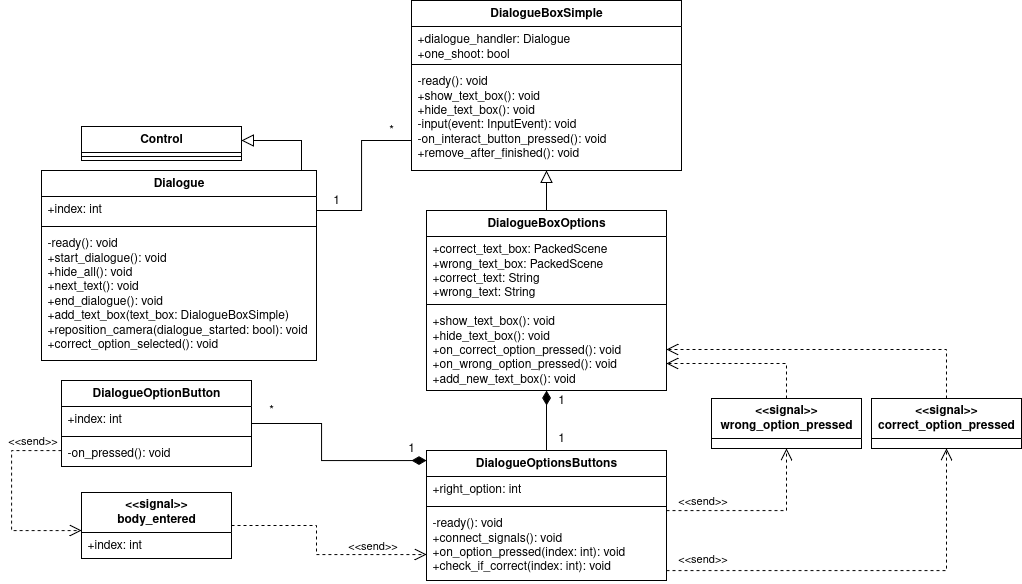
Before: Documentazione/source/imgs/class-dialogue.png, a diagram exported from draw.io (fliposab/ProgettoStage). Source tidied: cells renumbered, new cells last; positions are measured from the earlier drawing's top-left corner, leaving out a move shared by most shapes. The source it was exported from:
```xml
<mxGraphModel>
  <root>
    <mxCell id="0" />
    <mxCell id="1" parent="0" />
    <mxCell id="2" style="edgeStyle=orthogonalEdgeStyle;rounded=0;jettySize=auto;html=1;endArrow=block;endFill=0;endSize=10;" parent="1" edge="1" source="3" target="44">
      <mxGeometry relative="1" as="geometry">
        <Array as="points">
          <mxPoint x="290" y="140" />
        </Array>
      </mxGeometry>
    </mxCell>
    <mxCell id="3" value="Dialogue" style="swimlane;fontStyle=1;align=center;verticalAlign=top;horizontal=1;startSize=26;whiteSpace=wrap;html=1;" parent="1" vertex="1">
      <mxGeometry x="30" y="170" width="275" height="190" as="geometry" />
    </mxCell>
    <mxCell id="4" value="+index: int" style="text;strokeColor=none;fillColor=none;align=left;verticalAlign=top;spacingLeft=4;spacingRight=4;overflow=hidden;whiteSpace=wrap;html=1;" parent="3" vertex="1">
      <mxGeometry y="26" width="275" height="26" as="geometry" />
    </mxCell>
    <mxCell id="5" style="line;strokeWidth=1;fillColor=none;align=left;verticalAlign=middle;spacingTop=-1;spacingLeft=3;spacingRight=3;labelPosition=right;strokeColor=inherit;" parent="3" vertex="1">
      <mxGeometry y="52" width="275" height="8" as="geometry" />
    </mxCell>
    <mxCell id="6" value="&lt;div&gt;-ready(): void&lt;/div&gt;&lt;div&gt;+start_dialogue(): void&lt;/div&gt;&lt;div&gt;+hide_all(): void&lt;/div&gt;&lt;div&gt;+next_text(): void&lt;/div&gt;&lt;div&gt;+end_dialogue(): void&lt;/div&gt;&lt;div&gt;+add_text_box(text_box: DialogueBoxSimple)&lt;/div&gt;&lt;div&gt;+reposition_camera(dialogue_started: bool): void&lt;/div&gt;&lt;div&gt;+correct_option_selected(): void&lt;/div&gt;&lt;div&gt;&lt;br&gt;&lt;/div&gt;" style="text;strokeColor=none;fillColor=none;align=left;verticalAlign=top;spacingLeft=4;spacingRight=4;overflow=hidden;whiteSpace=wrap;html=1;" parent="3" vertex="1">
      <mxGeometry y="60" width="275" height="130" as="geometry" />
    </mxCell>
    <mxCell id="7" style="edgeStyle=orthogonalEdgeStyle;rounded=0;jettySize=auto;html=1;endSize=10;endArrow=none;endFill=0;" parent="1" edge="1" source="8" target="3">
      <mxGeometry relative="1" as="geometry">
        <Array as="points">
          <mxPoint x="350" y="140" />
          <mxPoint x="350" y="210" />
        </Array>
      </mxGeometry>
    </mxCell>
    <mxCell id="8" value="DialogueBoxSimple" style="swimlane;fontStyle=1;align=center;verticalAlign=top;horizontal=1;startSize=26;whiteSpace=wrap;html=1;" parent="1" vertex="1">
      <mxGeometry x="400" width="270" height="170" as="geometry" />
    </mxCell>
    <mxCell id="9" value="&lt;div&gt;+dialogue_handler: Dialogue&lt;/div&gt;&lt;div&gt;+one_shoot: bool&lt;/div&gt;" style="text;strokeColor=none;fillColor=none;align=left;verticalAlign=top;spacingLeft=4;spacingRight=4;overflow=hidden;whiteSpace=wrap;html=1;" parent="8" vertex="1">
      <mxGeometry y="26" width="270" height="34" as="geometry" />
    </mxCell>
    <mxCell id="10" style="line;strokeWidth=1;fillColor=none;align=left;verticalAlign=middle;spacingTop=-1;spacingLeft=3;spacingRight=3;labelPosition=right;strokeColor=inherit;" parent="8" vertex="1">
      <mxGeometry y="60" width="270" height="8" as="geometry" />
    </mxCell>
    <mxCell id="11" value="&lt;div&gt;-ready(): void&lt;/div&gt;&lt;div&gt;+show_text_box(): void&lt;/div&gt;&lt;div&gt;+hide_text_box(): void&lt;/div&gt;&lt;div&gt;-input(event: InputEvent): void&lt;/div&gt;&lt;div&gt;-on_interact_button_pressed(): void&lt;/div&gt;&lt;div&gt;+remove_after_finished(): void&lt;/div&gt;" style="text;strokeColor=none;fillColor=none;align=left;verticalAlign=top;spacingLeft=4;spacingRight=4;overflow=hidden;whiteSpace=wrap;html=1;" parent="8" vertex="1">
      <mxGeometry y="68" width="270" height="102" as="geometry" />
    </mxCell>
    <mxCell id="12" value="*" style="text;html=1;align=center;verticalAlign=middle;whiteSpace=wrap;rounded=0;" parent="1" vertex="1">
      <mxGeometry x="360" y="120" width="40" height="20" as="geometry" />
    </mxCell>
    <mxCell id="13" value="DialogueBoxOptions" style="swimlane;fontStyle=1;align=center;verticalAlign=top;horizontal=1;startSize=26;whiteSpace=wrap;html=1;" parent="1" vertex="1">
      <mxGeometry x="415" y="210" width="240" height="180" as="geometry" />
    </mxCell>
    <mxCell id="14" value="&lt;div&gt;+correct_text_box: PackedScene&lt;/div&gt;&lt;div&gt;+wrong_text_box: PackedScene&lt;/div&gt;&lt;div&gt;+correct_text: String&lt;/div&gt;&lt;div&gt;+wrong_text: String&lt;/div&gt;" style="text;strokeColor=none;fillColor=none;align=left;verticalAlign=top;spacingLeft=4;spacingRight=4;overflow=hidden;whiteSpace=wrap;html=1;" parent="13" vertex="1">
      <mxGeometry y="26" width="240" height="64" as="geometry" />
    </mxCell>
    <mxCell id="15" style="line;strokeWidth=1;fillColor=none;align=left;verticalAlign=middle;spacingTop=-1;spacingLeft=3;spacingRight=3;labelPosition=right;strokeColor=inherit;" parent="13" vertex="1">
      <mxGeometry y="90" width="240" height="8" as="geometry" />
    </mxCell>
    <mxCell id="16" value="&lt;div&gt;+show_text_box(): void&lt;/div&gt;&lt;div&gt;+hide_text_box(): void&lt;/div&gt;&lt;div&gt;+on_correct_option_pressed(): void&lt;/div&gt;&lt;div&gt;+on_wrong_option_pressed(): void&lt;/div&gt;&lt;div&gt;+add_new_text_box(): void&lt;/div&gt;" style="text;strokeColor=none;fillColor=none;align=left;verticalAlign=top;spacingLeft=4;spacingRight=4;overflow=hidden;whiteSpace=wrap;html=1;" parent="13" vertex="1">
      <mxGeometry y="98" width="240" height="82" as="geometry" />
    </mxCell>
    <mxCell id="17" style="edgeStyle=orthogonalEdgeStyle;rounded=0;jettySize=auto;html=1;endArrow=block;endFill=0;endSize=10;exitX=0.5;exitY=0;exitDx=0;exitDy=0;" parent="1" edge="1" source="13" target="8">
      <mxGeometry relative="1" as="geometry" />
    </mxCell>
    <mxCell id="18" style="edgeStyle=orthogonalEdgeStyle;rounded=0;jettySize=auto;html=1;endArrow=none;endFill=0;endSize=12;startArrow=diamondThin;startFill=1;startSize=12;" parent="1" edge="1" source="24" target="30">
      <mxGeometry relative="1" as="geometry">
        <Array as="points">
          <mxPoint x="310" y="460" />
          <mxPoint x="310" y="423" />
        </Array>
      </mxGeometry>
    </mxCell>
    <mxCell id="19" style="edgeStyle=orthogonalEdgeStyle;rounded=0;jettySize=auto;html=1;endArrow=diamondThin;endFill=1;endSize=12;" parent="1" edge="1" source="24" target="13">
      <mxGeometry relative="1" as="geometry" />
    </mxCell>
    <mxCell id="20" style="edgeStyle=orthogonalEdgeStyle;rounded=0;jettySize=auto;html=1;dashed=1;endArrow=open;endFill=0;endSize=10;" parent="1" edge="1" source="24" target="39">
      <mxGeometry relative="1" as="geometry">
        <Array as="points">
          <mxPoint x="775" y="510" />
        </Array>
      </mxGeometry>
    </mxCell>
    <mxCell id="21" value="&amp;lt;&amp;lt;send&amp;gt;&amp;gt;" style="edgeLabel;html=1;align=center;verticalAlign=middle;" parent="20" vertex="1">
      <mxGeometry x="0.64" y="-2" relative="1" as="geometry">
        <mxPoint x="-87" y="77" as="offset" />
      </mxGeometry>
    </mxCell>
    <mxCell id="22" value="&amp;lt;&amp;lt;send&amp;gt;&amp;gt;" style="edgeLabel;html=1;align=center;verticalAlign=middle;" parent="20" vertex="1">
      <mxGeometry x="-0.5" y="3" relative="1" as="geometry">
        <mxPoint x="-10" y="-7" as="offset" />
      </mxGeometry>
    </mxCell>
    <mxCell id="23" style="edgeStyle=orthogonalEdgeStyle;rounded=0;jettySize=auto;html=1;dashed=1;endArrow=open;endFill=0;endSize=10;" parent="1" edge="1" source="24" target="38">
      <mxGeometry relative="1" as="geometry">
        <Array as="points">
          <mxPoint x="935" y="570" />
        </Array>
      </mxGeometry>
    </mxCell>
    <mxCell id="24" value="DialogueOptionsButtons" style="swimlane;fontStyle=1;align=center;verticalAlign=top;horizontal=1;startSize=26;whiteSpace=wrap;html=1;" parent="1" vertex="1">
      <mxGeometry x="415" y="450" width="240" height="130" as="geometry" />
    </mxCell>
    <mxCell id="25" value="+right_option: int" style="text;strokeColor=none;fillColor=none;align=left;verticalAlign=top;spacingLeft=4;spacingRight=4;overflow=hidden;whiteSpace=wrap;html=1;" parent="24" vertex="1">
      <mxGeometry y="26" width="240" height="26" as="geometry" />
    </mxCell>
    <mxCell id="26" style="line;strokeWidth=1;fillColor=none;align=left;verticalAlign=middle;spacingTop=-1;spacingLeft=3;spacingRight=3;labelPosition=right;strokeColor=inherit;" parent="24" vertex="1">
      <mxGeometry y="52" width="240" height="8" as="geometry" />
    </mxCell>
    <mxCell id="27" value="&lt;div&gt;-ready(): void&lt;/div&gt;&lt;div&gt;+connect_signals(): void&lt;/div&gt;&lt;div&gt;+on_option_pressed(index: int): void&lt;/div&gt;&lt;div&gt;+check_if_correct(index: int): void&lt;/div&gt;" style="text;strokeColor=none;fillColor=none;align=left;verticalAlign=top;spacingLeft=4;spacingRight=4;overflow=hidden;whiteSpace=wrap;html=1;" parent="24" vertex="1">
      <mxGeometry y="60" width="240" height="70" as="geometry" />
    </mxCell>
    <mxCell id="28" style="edgeStyle=orthogonalEdgeStyle;rounded=0;jettySize=auto;html=1;dashed=1;endArrow=open;endFill=0;endSize=10;" parent="1" edge="1" source="30" target="40">
      <mxGeometry relative="1" as="geometry">
        <Array as="points">
          <mxPoint y="450" />
          <mxPoint y="530" />
        </Array>
      </mxGeometry>
    </mxCell>
    <mxCell id="29" value="&amp;lt;&amp;lt;send&amp;gt;&amp;gt;" style="edgeLabel;html=1;align=center;verticalAlign=middle;" parent="28" vertex="1">
      <mxGeometry x="-0.38" y="-2" relative="1" as="geometry">
        <mxPoint x="22" y="-22" as="offset" />
      </mxGeometry>
    </mxCell>
    <mxCell id="30" value="DialogueOptionButton" style="swimlane;fontStyle=1;align=center;verticalAlign=top;horizontal=1;startSize=26;whiteSpace=wrap;html=1;" parent="1" vertex="1">
      <mxGeometry x="50" y="380" width="190" height="86" as="geometry" />
    </mxCell>
    <mxCell id="31" value="+index: int" style="text;strokeColor=none;fillColor=none;align=left;verticalAlign=top;spacingLeft=4;spacingRight=4;overflow=hidden;whiteSpace=wrap;html=1;" parent="30" vertex="1">
      <mxGeometry y="26" width="190" height="26" as="geometry" />
    </mxCell>
    <mxCell id="32" style="line;strokeWidth=1;fillColor=none;align=left;verticalAlign=middle;spacingTop=-1;spacingLeft=3;spacingRight=3;labelPosition=right;strokeColor=inherit;" parent="30" vertex="1">
      <mxGeometry y="52" width="190" height="8" as="geometry" />
    </mxCell>
    <mxCell id="33" value="-on_pressed(): void" style="text;strokeColor=none;fillColor=none;align=left;verticalAlign=top;spacingLeft=4;spacingRight=4;overflow=hidden;whiteSpace=wrap;html=1;" parent="30" vertex="1">
      <mxGeometry y="60" width="190" height="26" as="geometry" />
    </mxCell>
    <mxCell id="34" value="1" style="text;html=1;align=center;verticalAlign=middle;whiteSpace=wrap;rounded=0;" parent="1" vertex="1">
      <mxGeometry x="530" y="390" width="40" height="20" as="geometry" />
    </mxCell>
    <mxCell id="35" value="*" style="text;html=1;align=center;verticalAlign=middle;whiteSpace=wrap;rounded=0;" parent="1" vertex="1">
      <mxGeometry x="240" y="400" width="40" height="20" as="geometry" />
    </mxCell>
    <mxCell id="36" style="edgeStyle=orthogonalEdgeStyle;rounded=0;jettySize=auto;html=1;dashed=1;endArrow=open;endFill=0;endSize=10;" parent="1" edge="1" source="40" target="24">
      <mxGeometry relative="1" as="geometry">
        <Array as="points">
          <mxPoint x="305" y="525" />
          <mxPoint x="305" y="554" />
        </Array>
      </mxGeometry>
    </mxCell>
    <mxCell id="37" value="&amp;lt;&amp;lt;send&amp;gt;&amp;gt;" style="edgeLabel;html=1;align=center;verticalAlign=middle;" parent="36" vertex="1">
      <mxGeometry x="0.42" y="5" relative="1" as="geometry">
        <mxPoint x="9" y="-4" as="offset" />
      </mxGeometry>
    </mxCell>
    <mxCell id="38" value="&lt;div&gt;&lt;b&gt;&amp;lt;&amp;lt;signal&amp;gt;&amp;gt;&lt;/b&gt;&lt;/div&gt;&lt;div&gt;&lt;b&gt;correct_option_pressed&lt;/b&gt;&lt;/div&gt;" style="swimlane;fontStyle=0;horizontal=1;startSize=40;fillColor=none;whiteSpace=wrap;html=1;" parent="1" vertex="1">
      <mxGeometry x="860" y="398" width="150" height="50" as="geometry" />
    </mxCell>
    <mxCell id="39" value="&lt;div&gt;&lt;b&gt;&amp;lt;&amp;lt;signal&amp;gt;&amp;gt;&lt;/b&gt;&lt;/div&gt;&lt;div&gt;&lt;b&gt;wrong_option_pressed&lt;/b&gt;&lt;/div&gt;" style="swimlane;fontStyle=0;horizontal=1;startSize=40;fillColor=none;whiteSpace=wrap;html=1;" parent="1" vertex="1">
      <mxGeometry x="700" y="398" width="150" height="50" as="geometry" />
    </mxCell>
    <mxCell id="40" value="&lt;div&gt;&lt;b&gt;&amp;lt;&amp;lt;signal&amp;gt;&amp;gt;&lt;/b&gt;&lt;/div&gt;&lt;div&gt;&lt;b&gt;body_entered&lt;/b&gt;&lt;/div&gt;" style="swimlane;fontStyle=0;horizontal=1;startSize=40;fillColor=none;whiteSpace=wrap;html=1;" parent="1" vertex="1">
      <mxGeometry x="70" y="492" width="150" height="66" as="geometry" />
    </mxCell>
    <mxCell id="41" value="+index: int" style="text;strokeColor=none;fillColor=none;align=left;verticalAlign=top;spacingLeft=4;spacingRight=4;overflow=hidden;whiteSpace=wrap;html=1;" parent="40" vertex="1">
      <mxGeometry y="40" width="150" height="26" as="geometry" />
    </mxCell>
    <mxCell id="42" style="edgeStyle=orthogonalEdgeStyle;rounded=0;jettySize=auto;html=1;dashed=1;endArrow=open;endFill=0;endSize=10;" parent="1" edge="1" source="39" target="13">
      <mxGeometry relative="1" as="geometry">
        <Array as="points">
          <mxPoint x="775" y="363" />
        </Array>
      </mxGeometry>
    </mxCell>
    <mxCell id="43" style="edgeStyle=orthogonalEdgeStyle;rounded=0;jettySize=auto;html=1;dashed=1;endArrow=open;endFill=0;endSize=10;" parent="1" edge="1" source="38" target="13">
      <mxGeometry relative="1" as="geometry">
        <Array as="points">
          <mxPoint x="935" y="349" />
        </Array>
      </mxGeometry>
    </mxCell>
    <mxCell id="44" value="Control" style="swimlane;fontStyle=1;align=center;verticalAlign=top;horizontal=1;startSize=26;whiteSpace=wrap;html=1;" parent="1" vertex="1">
      <mxGeometry x="70" y="126" width="160" height="34" as="geometry" />
    </mxCell>
    <mxCell id="45" style="line;strokeWidth=1;fillColor=none;align=left;verticalAlign=middle;spacingTop=-1;spacingLeft=3;spacingRight=3;labelPosition=right;strokeColor=inherit;" parent="44" vertex="1">
      <mxGeometry y="26" width="160" height="8" as="geometry" />
    </mxCell>
    <mxCell id="46" value="1" style="text;html=1;align=center;verticalAlign=middle;whiteSpace=wrap;rounded=0;" parent="1" vertex="1">
      <mxGeometry x="305" y="190" width="40" height="20" as="geometry" />
    </mxCell>
    <mxCell id="47" value="1" style="text;html=1;align=center;verticalAlign=middle;whiteSpace=wrap;rounded=0;" parent="1" vertex="1">
      <mxGeometry x="530" y="428" width="40" height="20" as="geometry" />
    </mxCell>
    <mxCell id="48" value="1" style="text;html=1;align=center;verticalAlign=middle;whiteSpace=wrap;rounded=0;" parent="1" vertex="1">
      <mxGeometry x="380" y="438" width="40" height="20" as="geometry" />
    </mxCell>
  </root>
</mxGraphModel>
```
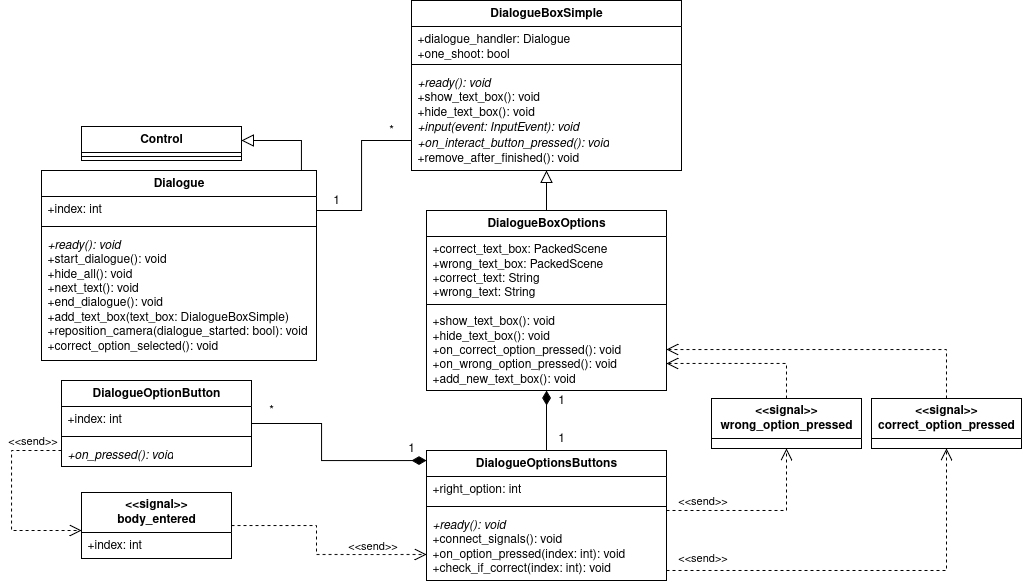
After the change.

Diff of the diagram source:
```diff
@@ -18,7 +18,7 @@
     <mxCell id="5" style="line;strokeWidth=1;fillColor=none;align=left;verticalAlign=middle;spacingTop=-1;spacingLeft=3;spacingRight=3;labelPosition=right;strokeColor=inherit;" parent="3" vertex="1">
       <mxGeometry y="52" width="275" height="8" as="geometry" />
     </mxCell>
-    <mxCell id="6" value="&lt;div&gt;-ready(): void&lt;/div&gt;&lt;div&gt;+start_dialogue(): void&lt;/div&gt;&lt;div&gt;+hide_all(): void&lt;/div&gt;&lt;div&gt;+next_text(): void&lt;/div&gt;&lt;div&gt;+end_dialogue(): void&lt;/div&gt;&lt;div&gt;+add_text_box(text_box: DialogueBoxSimple)&lt;/div&gt;&lt;div&gt;+reposition_camera(dialogue_started: bool): void&lt;/div&gt;&lt;div&gt;+correct_option_selected(): void&lt;/div&gt;&lt;div&gt;&lt;br&gt;&lt;/div&gt;" style="text;strokeColor=none;fillColor=none;align=left;verticalAlign=top;spacingLeft=4;spacingRight=4;overflow=hidden;whiteSpace=wrap;html=1;" parent="3" vertex="1">
+    <mxCell id="6" value="&lt;div&gt;&lt;i&gt;+ready(): void&lt;/i&gt;&lt;/div&gt;&lt;div&gt;+start_dialogue(): void&lt;/div&gt;&lt;div&gt;+hide_all(): void&lt;/div&gt;&lt;div&gt;+next_text(): void&lt;/div&gt;&lt;div&gt;+end_dialogue(): void&lt;/div&gt;&lt;div&gt;+add_text_box(text_box: DialogueBoxSimple)&lt;/div&gt;&lt;div&gt;+reposition_camera(dialogue_started: bool): void&lt;/div&gt;&lt;div&gt;+correct_option_selected(): void&lt;/div&gt;&lt;div&gt;&lt;br&gt;&lt;/div&gt;" style="text;strokeColor=none;fillColor=none;align=left;verticalAlign=top;spacingLeft=4;spacingRight=4;overflow=hidden;whiteSpace=wrap;html=1;" parent="3" vertex="1">
       <mxGeometry y="60" width="275" height="130" as="geometry" />
     </mxCell>
     <mxCell id="7" style="edgeStyle=orthogonalEdgeStyle;rounded=0;jettySize=auto;html=1;endSize=10;endArrow=none;endFill=0;" parent="1" edge="1" source="8" target="3">
@@ -38,7 +38,7 @@
     <mxCell id="10" style="line;strokeWidth=1;fillColor=none;align=left;verticalAlign=middle;spacingTop=-1;spacingLeft=3;spacingRight=3;labelPosition=right;strokeColor=inherit;" parent="8" vertex="1">
       <mxGeometry y="60" width="270" height="8" as="geometry" />
     </mxCell>
-    <mxCell id="11" value="&lt;div&gt;-ready(): void&lt;/div&gt;&lt;div&gt;+show_text_box(): void&lt;/div&gt;&lt;div&gt;+hide_text_box(): void&lt;/div&gt;&lt;div&gt;-input(event: InputEvent): void&lt;/div&gt;&lt;div&gt;-on_interact_button_pressed(): void&lt;/div&gt;&lt;div&gt;+remove_after_finished(): void&lt;/div&gt;" style="text;strokeColor=none;fillColor=none;align=left;verticalAlign=top;spacingLeft=4;spacingRight=4;overflow=hidden;whiteSpace=wrap;html=1;" parent="8" vertex="1">
+    <mxCell id="11" value="&lt;div&gt;&lt;i&gt;+ready(): void&lt;/i&gt;&lt;/div&gt;&lt;div&gt;+show_text_box(): void&lt;/div&gt;&lt;div&gt;+hide_text_box(): void&lt;/div&gt;&lt;div&gt;&lt;i&gt;+input(event: InputEvent): void&lt;/i&gt;&lt;/div&gt;&lt;div&gt;&lt;i&gt;+on_interact_button_pressed(): void&lt;/i&gt;&lt;/div&gt;&lt;div&gt;+remove_after_finished(): void&lt;/div&gt;" style="text;strokeColor=none;fillColor=none;align=left;verticalAlign=top;spacingLeft=4;spacingRight=4;overflow=hidden;whiteSpace=wrap;html=1;" parent="8" vertex="1">
       <mxGeometry y="68" width="270" height="102" as="geometry" />
     </mxCell>
     <mxCell id="12" value="*" style="text;html=1;align=center;verticalAlign=middle;whiteSpace=wrap;rounded=0;" parent="1" vertex="1">
@@ -103,7 +103,7 @@
     <mxCell id="26" style="line;strokeWidth=1;fillColor=none;align=left;verticalAlign=middle;spacingTop=-1;spacingLeft=3;spacingRight=3;labelPosition=right;strokeColor=inherit;" parent="24" vertex="1">
       <mxGeometry y="52" width="240" height="8" as="geometry" />
     </mxCell>
-    <mxCell id="27" value="&lt;div&gt;-ready(): void&lt;/div&gt;&lt;div&gt;+connect_signals(): void&lt;/div&gt;&lt;div&gt;+on_option_pressed(index: int): void&lt;/div&gt;&lt;div&gt;+check_if_correct(index: int): void&lt;/div&gt;" style="text;strokeColor=none;fillColor=none;align=left;verticalAlign=top;spacingLeft=4;spacingRight=4;overflow=hidden;whiteSpace=wrap;html=1;" parent="24" vertex="1">
+    <mxCell id="27" value="&lt;div&gt;&lt;i&gt;+ready(): void&lt;/i&gt;&lt;/div&gt;&lt;div&gt;+connect_signals(): void&lt;/div&gt;&lt;div&gt;+on_option_pressed(index: int): void&lt;/div&gt;&lt;div&gt;+check_if_correct(index: int): void&lt;/div&gt;" style="text;strokeColor=none;fillColor=none;align=left;verticalAlign=top;spacingLeft=4;spacingRight=4;overflow=hidden;whiteSpace=wrap;html=1;" parent="24" vertex="1">
       <mxGeometry y="60" width="240" height="70" as="geometry" />
     </mxCell>
     <mxCell id="28" style="edgeStyle=orthogonalEdgeStyle;rounded=0;jettySize=auto;html=1;dashed=1;endArrow=open;endFill=0;endSize=10;" parent="1" edge="1" source="30" target="40">
@@ -128,7 +128,7 @@
     <mxCell id="32" style="line;strokeWidth=1;fillColor=none;align=left;verticalAlign=middle;spacingTop=-1;spacingLeft=3;spacingRight=3;labelPosition=right;strokeColor=inherit;" parent="30" vertex="1">
       <mxGeometry y="52" width="190" height="8" as="geometry" />
     </mxCell>
-    <mxCell id="33" value="-on_pressed(): void" style="text;strokeColor=none;fillColor=none;align=left;verticalAlign=top;spacingLeft=4;spacingRight=4;overflow=hidden;whiteSpace=wrap;html=1;" parent="30" vertex="1">
+    <mxCell id="33" value="&lt;i&gt;+on_pressed(): void&lt;/i&gt;" style="text;strokeColor=none;fillColor=none;align=left;verticalAlign=top;spacingLeft=4;spacingRight=4;overflow=hidden;whiteSpace=wrap;html=1;" parent="30" vertex="1">
       <mxGeometry y="60" width="190" height="26" as="geometry" />
     </mxCell>
     <mxCell id="34" value="1" style="text;html=1;align=center;verticalAlign=middle;whiteSpace=wrap;rounded=0;" parent="1" vertex="1">
```
